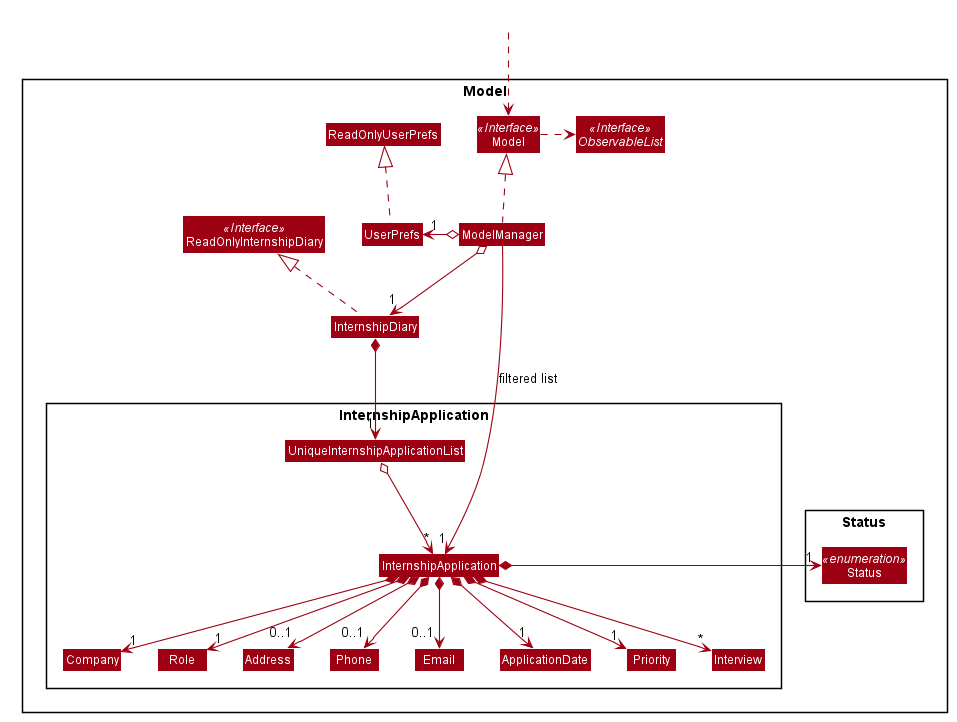
Before: images/ModelClassDiagram.png, a diagram exported from PlantUML (AY1920S2-CS2103T-F10-2/main).
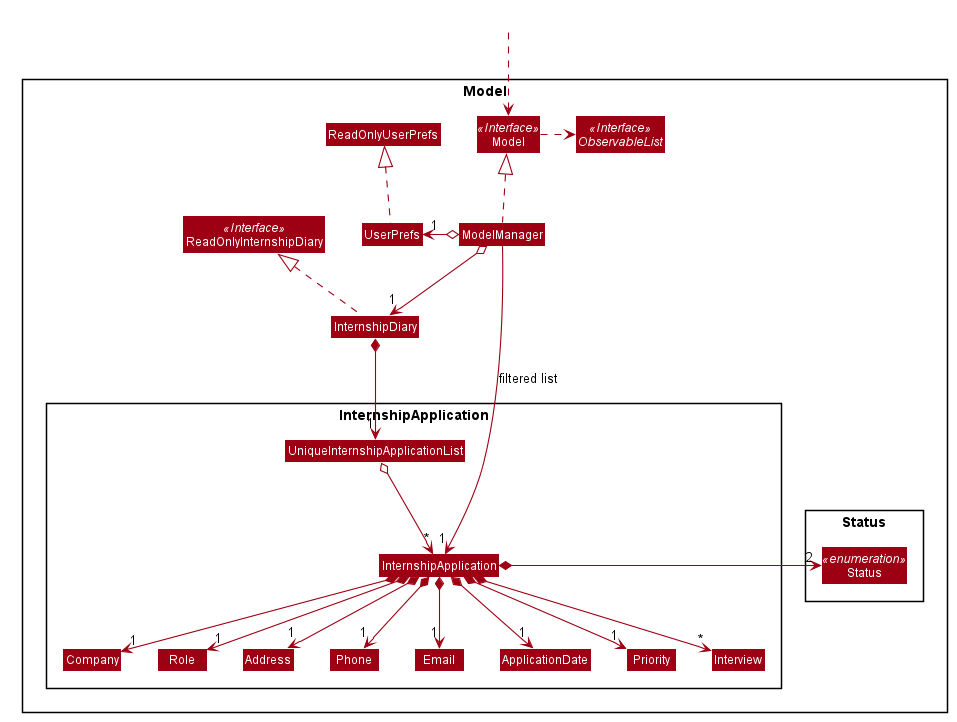
Later version of the same file.

Change to the diagram source:
```diff
@@ -1,4 +1,5 @@
 @startuml
+
 
 
 
@@ -95,13 +96,13 @@
 UniqueInternshipApplicationList o--> "*" InternshipApplication
 InternshipApplication *--> "1" Company
 InternshipApplication *--> "1" Role
-InternshipApplication *--> "0..1" Address
-InternshipApplication *--> "0..1" Phone
-InternshipApplication *--> "0..1" Email
+InternshipApplication *--> "1" Address
+InternshipApplication *--> "1" Phone
+InternshipApplication *--> "1" Email
 InternshipApplication *--> "1" ApplicationDate
 InternshipApplication *--> "1" Priority
 InternshipApplication *--> "*" Interview
-InternshipApplication *-> "1" Status
+InternshipApplication *-> "2" Status
 
 Company -[hidden]right-> Role
 Role -[hidden]right-> Address
```
